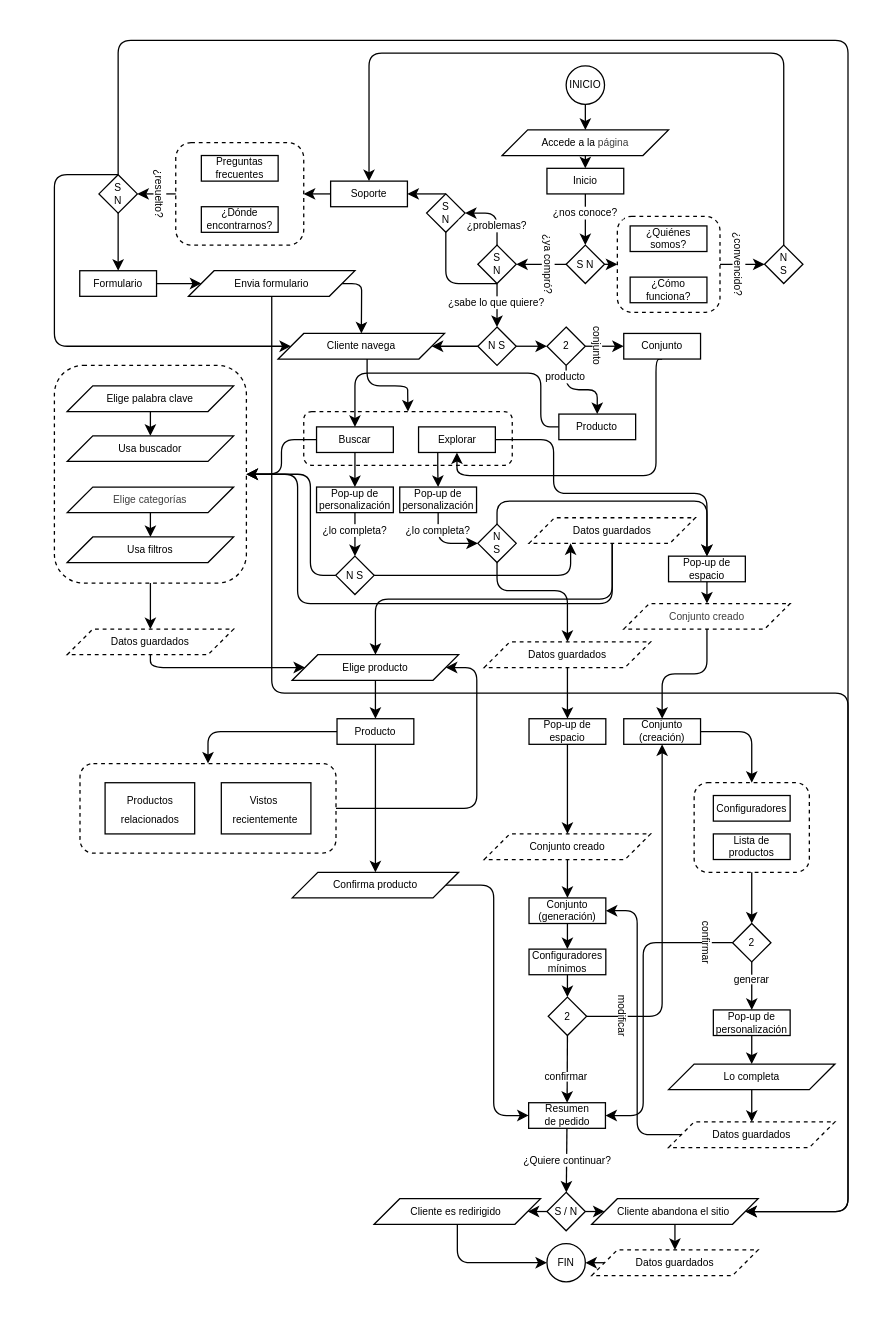
The draw.io diagram page "User flow" (1 of 4) of arquitectura-de-informacion.drawio in omarbramirez/muebleria-mvp, before the edit. Source tidied: cells renumbered, new cells numbered last; positions are measured from the earlier drawing's top-left corner, leaving out a move shared by most shapes. Both pictures are drawn from the tidied source at 128%, with x=0, y=0 at pixel (-201, 40).
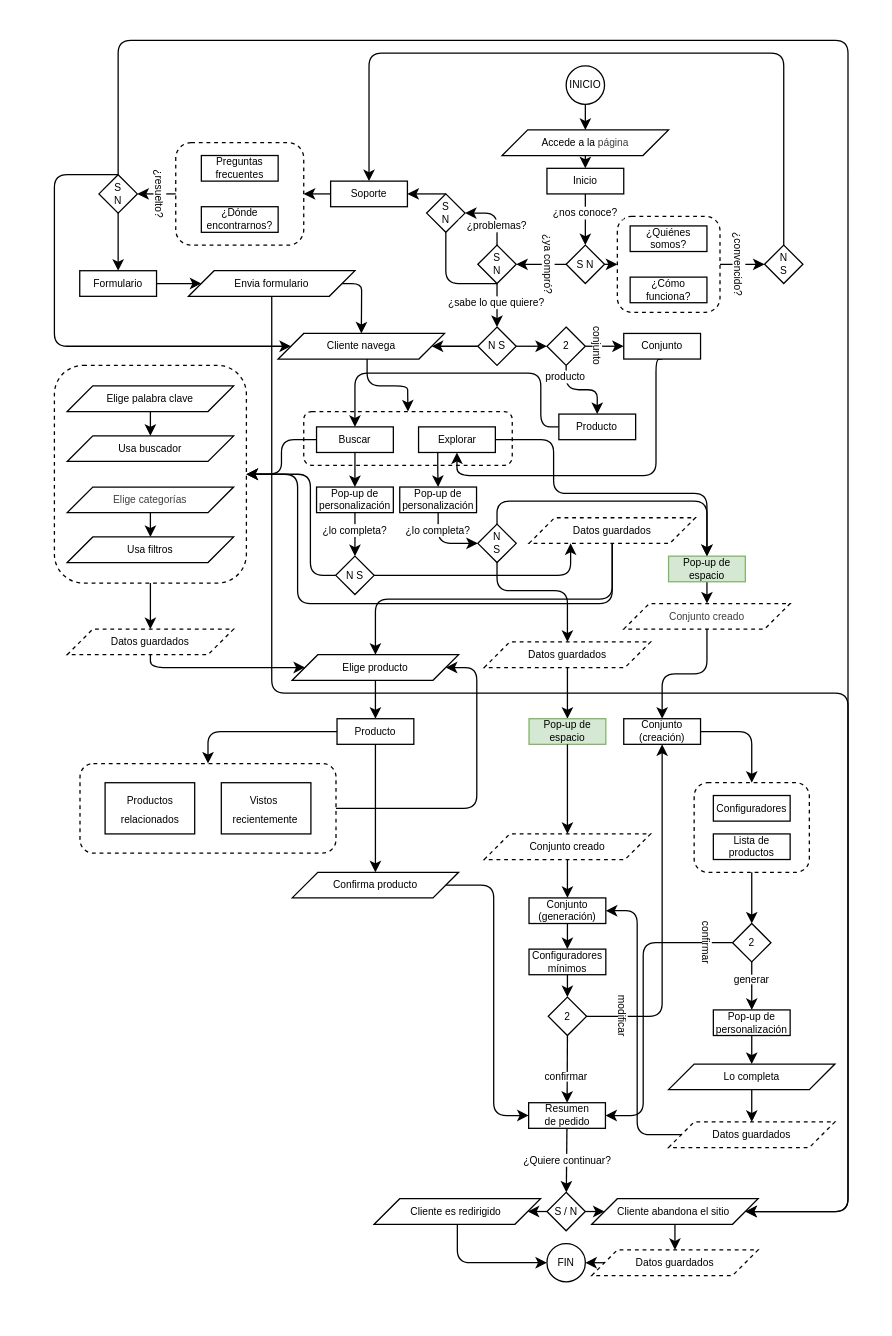
Above is the later version.

Diff of the diagram source:
```diff
@@
-    <mxCell id="94" value="&lt;font&gt;Pop-up de espacio&lt;/font&gt;" style="rounded=0;whiteSpace=wrap;html=1;fontSize=8;" parent="1" vertex="1">
+    <mxCell id="94" value="&lt;font&gt;Pop-up de espacio&lt;/font&gt;" style="rounded=0;whiteSpace=wrap;html=1;fontSize=8;fillColor=#d5e8d4;strokeColor=#82b366;" parent="1" vertex="1">
       <mxGeometry x="678.8" y="403" width="60" height="20" as="geometry" />
     </mxCell>
@@
-    <mxCell id="115" value="&lt;font&gt;Pop-up de espacio&lt;/font&gt;" style="rounded=0;whiteSpace=wrap;html=1;fontSize=8;" parent="1" vertex="1">
+    <mxCell id="115" value="&lt;font&gt;Pop-up de espacio&lt;/font&gt;" style="rounded=0;whiteSpace=wrap;html=1;fontSize=8;fillColor=#d5e8d4;strokeColor=#82b366;" parent="1" vertex="1">
       <mxGeometry x="569.8" y="530" width="60" height="20" as="geometry" />
     </mxCell>
```
